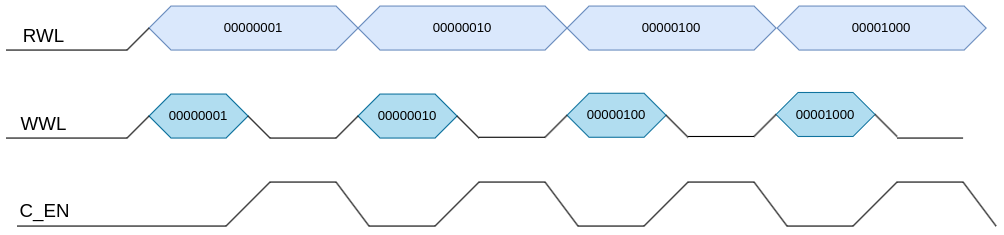
Earlier version of the draw.io export Schemetics/Wave_ADD.png (Muslim-314/CONV-ENGINE). Source tidied: cells renumbered, new cells last; positions are measured from the earlier drawing's top-left corner, leaving out a move shared by most shapes.
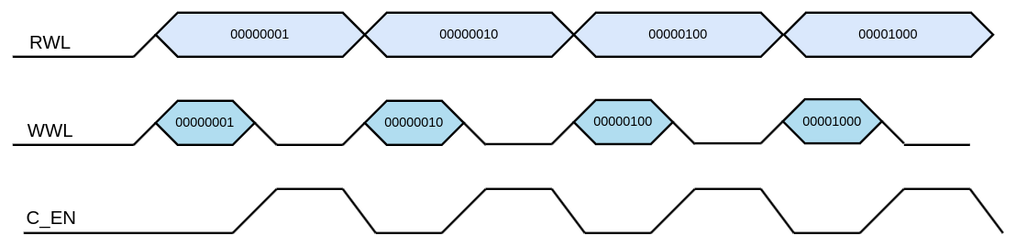
The same diagram one commit later.

Change to the diagram source:
```diff
@@ -2,7 +2,7 @@
   <root>
     <mxCell id="0" />
     <mxCell id="1" parent="0" />
-    <mxCell id="2" style="endArrow=none;html=1;rounded=0;" parent="1" edge="1">
+    <mxCell id="2" style="endArrow=none;html=1;rounded=0;strokeWidth=2;" parent="1" edge="1">
       <mxGeometry relative="1" as="geometry">
         <mxPoint y="40" as="sourcePoint" />
         <mxPoint x="110" y="40" as="targetPoint" />
@@ -13,28 +13,28 @@
         <mxPoint x="-22" y="-15" as="offset" />
       </mxGeometry>
     </mxCell>
-    <mxCell id="4" value="00000001" style="shape=hexagon;perimeter=hexagonPerimeter2;whiteSpace=wrap;html=1;fixedSize=1;fillColor=#dae8fc;strokeColor=#6c8ebf;" parent="1" vertex="1">
+    <mxCell id="4" value="00000001" style="shape=hexagon;perimeter=hexagonPerimeter2;whiteSpace=wrap;html=1;fixedSize=1;fillColor=#dae8fc;strokeColor=#000000;strokeWidth=2;" parent="1" vertex="1">
       <mxGeometry x="130" width="190" height="40" as="geometry" />
     </mxCell>
-    <mxCell id="5" value="00000001" style="shape=hexagon;perimeter=hexagonPerimeter2;whiteSpace=wrap;html=1;fixedSize=1;fillColor=#b1ddf0;strokeColor=#10739e;" parent="1" vertex="1">
+    <mxCell id="5" value="00000001" style="shape=hexagon;perimeter=hexagonPerimeter2;whiteSpace=wrap;html=1;fixedSize=1;fillColor=#b1ddf0;strokeColor=#000000;strokeWidth=2;" parent="1" vertex="1">
       <mxGeometry x="130" y="80" width="90" height="40" as="geometry" />
     </mxCell>
-    <mxCell id="6" style="endArrow=none;html=1;rounded=0;entryX=0;entryY=0.5;entryDx=0;entryDy=0;" parent="1" edge="1" target="4">
+    <mxCell id="6" style="endArrow=none;html=1;rounded=0;entryX=0;entryY=0.5;entryDx=0;entryDy=0;strokeWidth=2;" parent="1" edge="1" target="4">
       <mxGeometry relative="1" as="geometry">
         <mxPoint x="110" y="40" as="sourcePoint" />
       </mxGeometry>
     </mxCell>
-    <mxCell id="7" style="endArrow=none;html=1;rounded=0;entryX=1;entryY=0.5;entryDx=0;entryDy=0;" parent="1" edge="1" target="5">
+    <mxCell id="7" style="endArrow=none;html=1;rounded=0;entryX=1;entryY=0.5;entryDx=0;entryDy=0;strokeWidth=2;" parent="1" edge="1" target="5">
       <mxGeometry relative="1" as="geometry">
         <mxPoint x="240" y="120" as="sourcePoint" />
       </mxGeometry>
     </mxCell>
-    <mxCell id="8" style="endArrow=none;html=1;rounded=0;entryX=0;entryY=0.5;entryDx=0;entryDy=0;" parent="1" edge="1" target="5">
+    <mxCell id="8" style="endArrow=none;html=1;rounded=0;entryX=0;entryY=0.5;entryDx=0;entryDy=0;strokeWidth=2;" parent="1" edge="1" target="5">
       <mxGeometry relative="1" as="geometry">
         <mxPoint x="110" y="120" as="sourcePoint" />
       </mxGeometry>
     </mxCell>
-    <mxCell id="9" style="endArrow=none;html=1;rounded=0;" parent="1" edge="1">
+    <mxCell id="9" style="endArrow=none;html=1;rounded=0;strokeWidth=2;" parent="1" edge="1">
       <mxGeometry relative="1" as="geometry">
         <mxPoint y="120" as="sourcePoint" />
         <mxPoint x="110" y="120" as="targetPoint" />
@@ -45,169 +45,169 @@
         <mxPoint x="-22" y="-15" as="offset" />
       </mxGeometry>
     </mxCell>
-    <mxCell id="11" style="endArrow=none;html=1;rounded=0;" parent="1" edge="1">
+    <mxCell id="11" style="endArrow=none;html=1;rounded=0;strokeWidth=2;" parent="1" edge="1">
       <mxGeometry relative="1" as="geometry">
         <mxPoint x="240" y="120" as="sourcePoint" />
         <mxPoint x="300" y="120" as="targetPoint" />
       </mxGeometry>
     </mxCell>
-    <mxCell id="12" value="00000010" style="shape=hexagon;perimeter=hexagonPerimeter2;whiteSpace=wrap;html=1;fixedSize=1;fillColor=#b1ddf0;strokeColor=#10739e;" parent="1" vertex="1">
+    <mxCell id="12" value="00000010" style="shape=hexagon;perimeter=hexagonPerimeter2;whiteSpace=wrap;html=1;fixedSize=1;fillColor=#b1ddf0;strokeColor=#000000;strokeWidth=2;" parent="1" vertex="1">
       <mxGeometry x="320" y="80" width="90" height="40" as="geometry" />
     </mxCell>
-    <mxCell id="13" style="endArrow=none;html=1;rounded=0;entryX=1;entryY=0.5;entryDx=0;entryDy=0;" parent="1" edge="1" target="12">
+    <mxCell id="13" style="endArrow=none;html=1;rounded=0;entryX=1;entryY=0.5;entryDx=0;entryDy=0;strokeWidth=2;" parent="1" edge="1" target="12">
       <mxGeometry relative="1" as="geometry">
         <mxPoint x="430" y="120" as="sourcePoint" />
       </mxGeometry>
     </mxCell>
-    <mxCell id="14" style="endArrow=none;html=1;rounded=0;entryX=0;entryY=0.5;entryDx=0;entryDy=0;" parent="1" edge="1" target="12">
+    <mxCell id="14" style="endArrow=none;html=1;rounded=0;entryX=0;entryY=0.5;entryDx=0;entryDy=0;strokeWidth=2;" parent="1" edge="1" target="12">
       <mxGeometry relative="1" as="geometry">
         <mxPoint x="300" y="120" as="sourcePoint" />
       </mxGeometry>
     </mxCell>
-    <mxCell id="15" value="00000010" style="shape=hexagon;perimeter=hexagonPerimeter2;whiteSpace=wrap;html=1;fixedSize=1;fillColor=#dae8fc;strokeColor=#6c8ebf;" parent="1" vertex="1">
+    <mxCell id="15" value="00000010" style="shape=hexagon;perimeter=hexagonPerimeter2;whiteSpace=wrap;html=1;fixedSize=1;fillColor=#dae8fc;strokeColor=#000000;strokeWidth=2;" parent="1" vertex="1">
       <mxGeometry x="320" width="190" height="40" as="geometry" />
     </mxCell>
-    <mxCell id="16" style="endArrow=none;html=1;rounded=0;" parent="1" edge="1">
+    <mxCell id="16" style="endArrow=none;html=1;rounded=0;strokeWidth=2;" parent="1" edge="1">
       <mxGeometry relative="1" as="geometry">
         <mxPoint x="430" y="119.3" as="sourcePoint" />
         <mxPoint x="490" y="119.3" as="targetPoint" />
       </mxGeometry>
     </mxCell>
-    <mxCell id="17" value="00000100" style="shape=hexagon;perimeter=hexagonPerimeter2;whiteSpace=wrap;html=1;fixedSize=1;fillColor=#b1ddf0;strokeColor=#10739e;" parent="1" vertex="1">
+    <mxCell id="17" value="00000100" style="shape=hexagon;perimeter=hexagonPerimeter2;whiteSpace=wrap;html=1;fixedSize=1;fillColor=#b1ddf0;strokeColor=#000000;strokeWidth=2;" parent="1" vertex="1">
       <mxGeometry x="510" y="79.3" width="90" height="40" as="geometry" />
     </mxCell>
-    <mxCell id="18" style="endArrow=none;html=1;rounded=0;entryX=1;entryY=0.5;entryDx=0;entryDy=0;" parent="1" edge="1" target="17">
+    <mxCell id="18" style="endArrow=none;html=1;rounded=0;entryX=1;entryY=0.5;entryDx=0;entryDy=0;strokeWidth=2;" parent="1" edge="1" target="17">
       <mxGeometry relative="1" as="geometry">
         <mxPoint x="620" y="119.3" as="sourcePoint" />
       </mxGeometry>
     </mxCell>
-    <mxCell id="19" style="endArrow=none;html=1;rounded=0;entryX=0;entryY=0.5;entryDx=0;entryDy=0;" parent="1" edge="1" target="17">
+    <mxCell id="19" style="endArrow=none;html=1;rounded=0;entryX=0;entryY=0.5;entryDx=0;entryDy=0;strokeWidth=2;" parent="1" edge="1" target="17">
       <mxGeometry relative="1" as="geometry">
         <mxPoint x="490" y="119.3" as="sourcePoint" />
       </mxGeometry>
     </mxCell>
-    <mxCell id="20" value="00000100" style="shape=hexagon;perimeter=hexagonPerimeter2;whiteSpace=wrap;html=1;fixedSize=1;fillColor=#dae8fc;strokeColor=#6c8ebf;" parent="1" vertex="1">
+    <mxCell id="20" value="00000100" style="shape=hexagon;perimeter=hexagonPerimeter2;whiteSpace=wrap;html=1;fixedSize=1;fillColor=#dae8fc;strokeColor=#000000;strokeWidth=2;" parent="1" vertex="1">
       <mxGeometry x="510" width="190" height="40" as="geometry" />
     </mxCell>
-    <mxCell id="21" style="endArrow=none;html=1;rounded=0;" parent="1" edge="1">
+    <mxCell id="21" style="endArrow=none;html=1;rounded=0;strokeWidth=2;" parent="1" edge="1">
       <mxGeometry relative="1" as="geometry">
         <mxPoint x="620" y="118.6" as="sourcePoint" />
         <mxPoint x="680" y="118.6" as="targetPoint" />
       </mxGeometry>
     </mxCell>
-    <mxCell id="22" value="00001000" style="shape=hexagon;perimeter=hexagonPerimeter2;whiteSpace=wrap;html=1;fixedSize=1;fillColor=#b1ddf0;strokeColor=#10739e;" parent="1" vertex="1">
+    <mxCell id="22" value="00001000" style="shape=hexagon;perimeter=hexagonPerimeter2;whiteSpace=wrap;html=1;fixedSize=1;fillColor=#b1ddf0;strokeColor=#000000;strokeWidth=2;" parent="1" vertex="1">
       <mxGeometry x="700" y="78.6" width="90" height="40" as="geometry" />
     </mxCell>
-    <mxCell id="23" style="endArrow=none;html=1;rounded=0;entryX=1;entryY=0.5;entryDx=0;entryDy=0;" parent="1" edge="1" target="22">
+    <mxCell id="23" style="endArrow=none;html=1;rounded=0;entryX=1;entryY=0.5;entryDx=0;entryDy=0;strokeWidth=2;" parent="1" edge="1" target="22">
       <mxGeometry relative="1" as="geometry">
         <mxPoint x="810" y="118.6" as="sourcePoint" />
       </mxGeometry>
     </mxCell>
-    <mxCell id="24" style="endArrow=none;html=1;rounded=0;entryX=0;entryY=0.5;entryDx=0;entryDy=0;" parent="1" edge="1" target="22">
+    <mxCell id="24" style="endArrow=none;html=1;rounded=0;entryX=0;entryY=0.5;entryDx=0;entryDy=0;strokeWidth=2;" parent="1" edge="1" target="22">
       <mxGeometry relative="1" as="geometry">
         <mxPoint x="680" y="118.6" as="sourcePoint" />
       </mxGeometry>
     </mxCell>
-    <mxCell id="25" value="00001000" style="shape=hexagon;perimeter=hexagonPerimeter2;whiteSpace=wrap;html=1;fixedSize=1;fillColor=#dae8fc;strokeColor=#6c8ebf;" parent="1" vertex="1">
+    <mxCell id="25" value="00001000" style="shape=hexagon;perimeter=hexagonPerimeter2;whiteSpace=wrap;html=1;fixedSize=1;fillColor=#dae8fc;strokeColor=#000000;strokeWidth=2;" parent="1" vertex="1">
       <mxGeometry x="701" width="190" height="40" as="geometry" />
     </mxCell>
-    <mxCell id="26" style="endArrow=none;html=1;rounded=0;" parent="1" edge="1">
+    <mxCell id="26" style="endArrow=none;html=1;rounded=0;strokeWidth=2;" parent="1" edge="1">
       <mxGeometry relative="1" as="geometry">
         <mxPoint x="10" y="200" as="sourcePoint" />
         <mxPoint x="200" y="200" as="targetPoint" />
       </mxGeometry>
     </mxCell>
-    <mxCell id="27" style="endArrow=none;html=1;rounded=0;" parent="1" edge="1">
+    <mxCell id="27" style="endArrow=none;html=1;rounded=0;strokeWidth=2;" parent="1" edge="1">
       <mxGeometry relative="1" as="geometry">
         <mxPoint x="200" y="200" as="sourcePoint" />
         <mxPoint x="240" y="160" as="targetPoint" />
       </mxGeometry>
     </mxCell>
-    <mxCell id="28" style="endArrow=none;html=1;rounded=0;" parent="1" edge="1">
+    <mxCell id="28" style="endArrow=none;html=1;rounded=0;strokeWidth=2;" parent="1" edge="1">
       <mxGeometry relative="1" as="geometry">
         <mxPoint x="240" y="160" as="sourcePoint" />
         <mxPoint x="300" y="160" as="targetPoint" />
       </mxGeometry>
     </mxCell>
-    <mxCell id="29" style="endArrow=none;html=1;rounded=0;entryX=1;entryY=0.5;entryDx=0;entryDy=0;" parent="1" edge="1">
+    <mxCell id="29" style="endArrow=none;html=1;rounded=0;entryX=1;entryY=0.5;entryDx=0;entryDy=0;strokeWidth=2;" parent="1" edge="1">
       <mxGeometry relative="1" as="geometry">
         <mxPoint x="330" y="200" as="sourcePoint" />
         <mxPoint x="300" y="160" as="targetPoint" />
       </mxGeometry>
     </mxCell>
-    <mxCell id="30" style="endArrow=none;html=1;rounded=0;" parent="1" edge="1">
+    <mxCell id="30" style="endArrow=none;html=1;rounded=0;strokeWidth=2;" parent="1" edge="1">
       <mxGeometry relative="1" as="geometry">
         <mxPoint x="330" y="200" as="sourcePoint" />
         <mxPoint x="390" y="200" as="targetPoint" />
       </mxGeometry>
     </mxCell>
-    <mxCell id="31" style="endArrow=none;html=1;rounded=0;" parent="1" edge="1">
+    <mxCell id="31" style="endArrow=none;html=1;rounded=0;strokeWidth=2;" parent="1" edge="1">
       <mxGeometry relative="1" as="geometry">
         <mxPoint x="390" y="200" as="sourcePoint" />
         <mxPoint x="430" y="160" as="targetPoint" />
       </mxGeometry>
     </mxCell>
-    <mxCell id="32" style="endArrow=none;html=1;rounded=0;" parent="1" edge="1">
+    <mxCell id="32" style="endArrow=none;html=1;rounded=0;strokeWidth=2;" parent="1" edge="1">
       <mxGeometry relative="1" as="geometry">
         <mxPoint x="430" y="160" as="sourcePoint" />
         <mxPoint x="490" y="160" as="targetPoint" />
       </mxGeometry>
     </mxCell>
-    <mxCell id="33" style="endArrow=none;html=1;rounded=0;entryX=1;entryY=0.5;entryDx=0;entryDy=0;" parent="1" edge="1">
+    <mxCell id="33" style="endArrow=none;html=1;rounded=0;entryX=1;entryY=0.5;entryDx=0;entryDy=0;strokeWidth=2;" parent="1" edge="1">
       <mxGeometry relative="1" as="geometry">
         <mxPoint x="520" y="200" as="sourcePoint" />
         <mxPoint x="490" y="160" as="targetPoint" />
       </mxGeometry>
     </mxCell>
-    <mxCell id="34" style="endArrow=none;html=1;rounded=0;" parent="1" edge="1">
+    <mxCell id="34" style="endArrow=none;html=1;rounded=0;strokeWidth=2;" parent="1" edge="1">
       <mxGeometry relative="1" as="geometry">
         <mxPoint x="520" y="200" as="sourcePoint" />
         <mxPoint x="580" y="200" as="targetPoint" />
       </mxGeometry>
     </mxCell>
-    <mxCell id="35" style="endArrow=none;html=1;rounded=0;" parent="1" edge="1">
+    <mxCell id="35" style="endArrow=none;html=1;rounded=0;strokeWidth=2;" parent="1" edge="1">
       <mxGeometry relative="1" as="geometry">
         <mxPoint x="580" y="200" as="sourcePoint" />
         <mxPoint x="620" y="160" as="targetPoint" />
       </mxGeometry>
     </mxCell>
-    <mxCell id="36" style="endArrow=none;html=1;rounded=0;" parent="1" edge="1">
+    <mxCell id="36" style="endArrow=none;html=1;rounded=0;strokeWidth=2;" parent="1" edge="1">
       <mxGeometry relative="1" as="geometry">
         <mxPoint x="620" y="160" as="sourcePoint" />
         <mxPoint x="680" y="160" as="targetPoint" />
       </mxGeometry>
     </mxCell>
-    <mxCell id="37" style="endArrow=none;html=1;rounded=0;entryX=1;entryY=0.5;entryDx=0;entryDy=0;" parent="1" edge="1">
+    <mxCell id="37" style="endArrow=none;html=1;rounded=0;entryX=1;entryY=0.5;entryDx=0;entryDy=0;strokeWidth=2;" parent="1" edge="1">
       <mxGeometry relative="1" as="geometry">
         <mxPoint x="710" y="200" as="sourcePoint" />
         <mxPoint x="680" y="160" as="targetPoint" />
       </mxGeometry>
     </mxCell>
-    <mxCell id="38" style="endArrow=none;html=1;rounded=0;" parent="1" edge="1">
+    <mxCell id="38" style="endArrow=none;html=1;rounded=0;strokeWidth=2;" parent="1" edge="1">
       <mxGeometry relative="1" as="geometry">
         <mxPoint x="710" y="200" as="sourcePoint" />
         <mxPoint x="770" y="200" as="targetPoint" />
       </mxGeometry>
     </mxCell>
-    <mxCell id="39" style="endArrow=none;html=1;rounded=0;" parent="1" edge="1">
+    <mxCell id="39" style="endArrow=none;html=1;rounded=0;strokeWidth=2;" parent="1" edge="1">
       <mxGeometry relative="1" as="geometry">
         <mxPoint x="770" y="200" as="sourcePoint" />
         <mxPoint x="810" y="160" as="targetPoint" />
       </mxGeometry>
     </mxCell>
-    <mxCell id="40" style="endArrow=none;html=1;rounded=0;" parent="1" edge="1">
+    <mxCell id="40" style="endArrow=none;html=1;rounded=0;strokeWidth=2;" parent="1" edge="1">
       <mxGeometry relative="1" as="geometry">
         <mxPoint x="810" y="160" as="sourcePoint" />
         <mxPoint x="870" y="160" as="targetPoint" />
       </mxGeometry>
     </mxCell>
-    <mxCell id="41" style="endArrow=none;html=1;rounded=0;entryX=1;entryY=0.5;entryDx=0;entryDy=0;" parent="1" edge="1">
+    <mxCell id="41" style="endArrow=none;html=1;rounded=0;entryX=1;entryY=0.5;entryDx=0;entryDy=0;strokeWidth=2;" parent="1" edge="1">
       <mxGeometry relative="1" as="geometry">
         <mxPoint x="900" y="200" as="sourcePoint" />
         <mxPoint x="870" y="160" as="targetPoint" />
       </mxGeometry>
     </mxCell>
-    <mxCell id="42" style="endArrow=none;html=1;rounded=0;" parent="1" edge="1">
+    <mxCell id="42" style="endArrow=none;html=1;rounded=0;strokeWidth=2;" parent="1" edge="1">
       <mxGeometry relative="1" as="geometry">
         <mxPoint x="810" y="120" as="sourcePoint" />
         <mxPoint x="870" y="120" as="targetPoint" />
```
